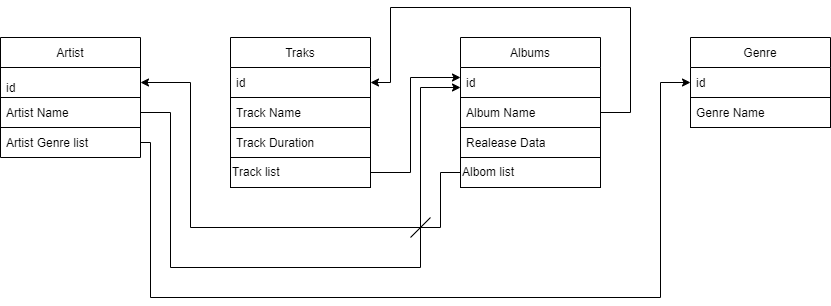
Earlier version of the draw.io export Diagram1.drawio.png (KormazovaVer/task3). Source tidied: cells renumbered, new cells last; positions are measured from the earlier drawing's top-left corner, leaving out a move shared by most shapes.
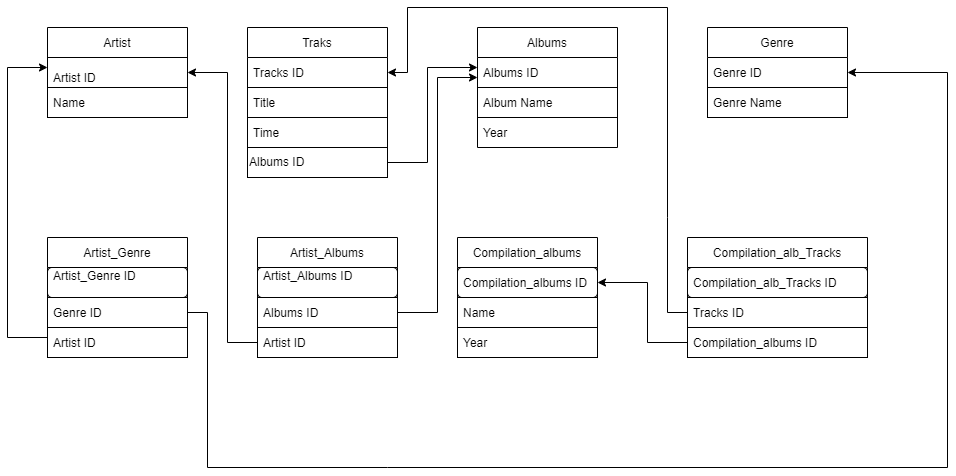
After the commit.

The edit, as a diff of the source:
```diff
@@ -3,33 +3,30 @@
     <mxCell id="0" />
     <mxCell id="1" parent="0" />
     <mxCell id="2" value="Artist" style="swimlane;fontStyle=0;horizontal=1;startSize=30;" parent="1" vertex="1">
-      <mxGeometry y="30" width="140" height="120" as="geometry" />
+      <mxGeometry x="30" y="30" width="140" height="90" as="geometry" />
     </mxCell>
-    <mxCell id="3" value="id" style="text;strokeColor=default;fillColor=none;align=left;verticalAlign=bottom;spacingLeft=4;spacingRight=4;overflow=hidden;points=[[0,0.5],[1,0.5]];portConstraint=eastwest;rounded=0;" parent="2" vertex="1">
+    <mxCell id="3" value="Artist ID" style="text;strokeColor=default;fillColor=none;align=left;verticalAlign=bottom;spacingLeft=4;spacingRight=4;overflow=hidden;points=[[0,0.5],[1,0.5]];portConstraint=eastwest;rounded=0;" parent="2" vertex="1">
       <mxGeometry y="30" width="140" height="30" as="geometry" />
     </mxCell>
-    <mxCell id="4" value="Artist Name" style="text;strokeColor=default;fillColor=none;align=left;verticalAlign=middle;spacingLeft=4;spacingRight=4;overflow=hidden;points=[[0,0.5],[1,0.5]];portConstraint=eastwest;" parent="2" vertex="1">
+    <mxCell id="4" value="Name" style="text;strokeColor=default;fillColor=none;align=left;verticalAlign=middle;spacingLeft=4;spacingRight=4;overflow=hidden;points=[[0,0.5],[1,0.5]];portConstraint=eastwest;" parent="2" vertex="1">
       <mxGeometry y="60" width="140" height="30" as="geometry" />
     </mxCell>
-    <mxCell id="5" value="Artist Genre list" style="text;strokeColor=none;fillColor=none;align=left;verticalAlign=middle;spacingLeft=4;spacingRight=4;overflow=hidden;points=[[0,0.5],[1,0.5]];portConstraint=eastwest;" parent="2" vertex="1">
-      <mxGeometry y="90" width="140" height="30" as="geometry" />
-    </mxCell>
     <mxCell id="6" value="Albums" style="swimlane;fontStyle=0;horizontal=1;startSize=30;" parent="1" vertex="1">
       <mxGeometry x="460" y="30" width="140" height="120" as="geometry" />
     </mxCell>
-    <mxCell id="7" value="id" style="text;strokeColor=none;fillColor=none;align=left;verticalAlign=middle;spacingLeft=4;spacingRight=4;overflow=hidden;" parent="6" vertex="1">
+    <mxCell id="7" value="Albums ID" style="text;strokeColor=none;fillColor=none;align=left;verticalAlign=middle;spacingLeft=4;spacingRight=4;overflow=hidden;" parent="6" vertex="1">
       <mxGeometry y="30" width="140" height="30" as="geometry" />
     </mxCell>
     <mxCell id="8" value="Album Name" style="text;strokeColor=default;fillColor=none;align=left;verticalAlign=middle;spacingLeft=4;spacingRight=4;overflow=hidden;points=[[0,0.5],[1,0.5]];portConstraint=eastwest;" parent="6" vertex="1">
       <mxGeometry y="60" width="140" height="30" as="geometry" />
     </mxCell>
-    <mxCell id="9" value="Realease Data" style="text;strokeColor=none;fillColor=none;align=left;verticalAlign=middle;spacingLeft=4;spacingRight=4;overflow=hidden;" parent="6" vertex="1">
+    <mxCell id="9" value="Year" style="text;strokeColor=none;fillColor=none;align=left;verticalAlign=middle;spacingLeft=4;spacingRight=4;overflow=hidden;" parent="6" vertex="1">
       <mxGeometry y="90" width="140" height="30" as="geometry" />
     </mxCell>
     <mxCell id="10" value="Genre" style="swimlane;fontStyle=0;horizontal=1;startSize=30;" parent="1" vertex="1">
       <mxGeometry x="690" y="30" width="140" height="90" as="geometry" />
     </mxCell>
-    <mxCell id="11" value="id" style="text;strokeColor=none;fillColor=none;align=left;verticalAlign=middle;spacingLeft=4;spacingRight=4;overflow=hidden;points=[[0,0.5],[1,0.5]];portConstraint=eastwest;" parent="10" vertex="1">
+    <mxCell id="11" value="Genre ID" style="text;strokeColor=none;fillColor=none;align=left;verticalAlign=middle;spacingLeft=4;spacingRight=4;overflow=hidden;points=[[0,0.5],[1,0.5]];portConstraint=eastwest;" parent="10" vertex="1">
       <mxGeometry y="30" width="140" height="30" as="geometry" />
     </mxCell>
     <mxCell id="12" value="Genre Name" style="text;strokeColor=default;fillColor=none;align=left;verticalAlign=middle;spacingLeft=4;spacingRight=4;overflow=hidden;" parent="10" vertex="1">
@@ -38,31 +35,18 @@
     <mxCell id="13" value="Traks" style="swimlane;fontStyle=0;horizontal=1;startSize=30;" parent="1" vertex="1">
       <mxGeometry x="230" y="30" width="140" height="120" as="geometry" />
     </mxCell>
-    <mxCell id="14" value="id" style="text;strokeColor=none;fillColor=none;align=left;verticalAlign=middle;spacingLeft=4;spacingRight=4;overflow=hidden;points=[[0,0.5],[1,0.5]];portConstraint=eastwest;" parent="13" vertex="1">
+    <mxCell id="14" value="Tracks ID" style="text;strokeColor=none;fillColor=none;align=left;verticalAlign=middle;spacingLeft=4;spacingRight=4;overflow=hidden;points=[[0,0.5],[1,0.5]];portConstraint=eastwest;" parent="13" vertex="1">
       <mxGeometry y="30" width="140" height="30" as="geometry" />
     </mxCell>
-    <mxCell id="15" value="Track Name" style="text;strokeColor=default;fillColor=none;align=left;verticalAlign=middle;spacingLeft=4;spacingRight=4;overflow=hidden;" parent="13" vertex="1">
+    <mxCell id="15" value="Title" style="text;strokeColor=default;fillColor=none;align=left;verticalAlign=middle;spacingLeft=4;spacingRight=4;overflow=hidden;" parent="13" vertex="1">
       <mxGeometry y="60" width="140" height="30" as="geometry" />
     </mxCell>
-    <mxCell id="16" value="Track Duration" style="text;strokeColor=none;fillColor=none;align=left;verticalAlign=middle;spacingLeft=4;spacingRight=4;overflow=hidden;" parent="13" vertex="1">
+    <mxCell id="16" value="Time" style="text;strokeColor=none;fillColor=none;align=left;verticalAlign=middle;spacingLeft=4;spacingRight=4;overflow=hidden;" parent="13" vertex="1">
       <mxGeometry y="90" width="140" height="30" as="geometry" />
     </mxCell>
-    <mxCell id="17" value="Track list" style="rounded=0;whiteSpace=wrap;html=1;fillColor=none;labelPosition=center;verticalLabelPosition=middle;align=left;verticalAlign=middle;textDirection=ltr;" parent="1" vertex="1">
+    <mxCell id="17" value="Albums ID" style="rounded=0;whiteSpace=wrap;html=1;fillColor=none;labelPosition=center;verticalLabelPosition=middle;align=left;verticalAlign=middle;textDirection=ltr;" parent="1" vertex="1">
       <mxGeometry x="230" y="150" width="140" height="30" as="geometry" />
     </mxCell>
-    <mxCell id="18" value="Albom list" style="rounded=0;whiteSpace=wrap;html=1;fillColor=none;labelPosition=center;verticalLabelPosition=middle;align=left;verticalAlign=middle;" parent="1" vertex="1">
-      <mxGeometry x="460" y="150" width="140" height="30" as="geometry" />
-    </mxCell>
-    <mxCell id="19" style="endArrow=classic;html=1;rounded=0;exitX=1;exitY=0.5;exitDx=0;exitDy=0;entryX=0;entryY=0.5;entryDx=0;entryDy=0;" parent="1" edge="1" source="5" target="11">
-      <mxGeometry relative="1" as="geometry">
-        <Array as="points">
-          <mxPoint x="150" y="135" />
-          <mxPoint x="150" y="290" />
-          <mxPoint x="660" y="290" />
-          <mxPoint x="660" y="75" />
-        </Array>
-      </mxGeometry>
-    </mxCell>
     <mxCell id="20" style="endArrow=classic;html=1;rounded=0;exitX=1;exitY=0.5;exitDx=0;exitDy=0;" parent="1" edge="1" source="17">
       <mxGeometry relative="1" as="geometry">
         <mxPoint x="460" y="70" as="targetPoint" />
@@ -72,45 +56,117 @@
         </Array>
       </mxGeometry>
     </mxCell>
-    <mxCell id="21" style="endArrow=classic;html=1;rounded=0;entryX=1;entryY=0.5;entryDx=0;entryDy=0;exitX=0;exitY=0.5;exitDx=0;exitDy=0;" parent="1" edge="1" source="18" target="3">
-      <mxGeometry relative="1" as="geometry">
-        <Array as="points">
-          <mxPoint x="440" y="165" />
-          <mxPoint x="440" y="220" />
-          <mxPoint x="190" y="220" />
-          <mxPoint x="190" y="75" />
-        </Array>
-      </mxGeometry>
-    </mxCell>
-    <mxCell id="22" style="edgeStyle=none;rounded=0;orthogonalLoop=1;jettySize=auto;html=1;entryX=0;entryY=0.5;entryDx=0;entryDy=0;" parent="1" edge="1" source="18" target="18">
-      <mxGeometry relative="1" as="geometry" />
+    <mxCell id="22" style="edgeStyle=none;rounded=0;orthogonalLoop=1;jettySize=auto;html=1;entryX=0;entryY=0.5;entryDx=0;entryDy=0;" parent="1" edge="1">
+      <mxGeometry relative="1" as="geometry">
+        <mxPoint x="460" y="165" as="sourcePoint" />
+        <mxPoint x="460" y="165" as="targetPoint" />
+      </mxGeometry>
     </mxCell>
-    <mxCell id="23" style="endArrow=classic;html=1;rounded=0;exitX=1;exitY=0.5;exitDx=0;exitDy=0;entryX=1;entryY=0.5;entryDx=0;entryDy=0;" parent="1" edge="1" source="8" target="14">
-      <mxGeometry relative="1" as="geometry">
-        <Array as="points">
-          <mxPoint x="630" y="105" />
-          <mxPoint x="630" />
-          <mxPoint x="390" />
-          <mxPoint x="390" y="75" />
-        </Array>
-      </mxGeometry>
-    </mxCell>
-    <mxCell id="24" style="endArrow=classic;html=1;rounded=0;exitX=1;exitY=0.5;exitDx=0;exitDy=0;" parent="1" edge="1" source="4">
-      <mxGeometry relative="1" as="geometry">
-        <mxPoint x="460" y="80" as="targetPoint" />
-        <Array as="points">
-          <mxPoint x="170" y="105" />
-          <mxPoint x="170" y="260" />
-          <mxPoint x="420" y="260" />
-          <mxPoint x="420" y="80" />
-        </Array>
-      </mxGeometry>
-    </mxCell>
-    <mxCell id="25" style="endArrow=none;html=1;rounded=0;" parent="1" edge="1">
-      <mxGeometry relative="1" as="geometry">
-        <mxPoint x="410" y="230" as="sourcePoint" />
-        <mxPoint x="430" y="210" as="targetPoint" />
-      </mxGeometry>
-    </mxCell>
+    <mxCell id="26" value="Artist_Genre" style="swimlane;fontStyle=0;horizontal=1;startSize=30;" parent="1" vertex="1">
+      <mxGeometry x="30" y="240" width="140" height="120" as="geometry" />
+    </mxCell>
+    <mxCell id="27" value="Artist_Genre ID&#10;" style="text;strokeColor=default;fillColor=none;align=left;verticalAlign=middle;spacingLeft=4;spacingRight=4;overflow=hidden;rounded=1;" parent="26" vertex="1">
+      <mxGeometry y="30" width="140" height="30" as="geometry" />
+    </mxCell>
+    <mxCell id="28" value="Genre ID" style="text;strokeColor=default;fillColor=none;align=left;verticalAlign=middle;spacingLeft=4;spacingRight=4;overflow=hidden;points=[[0,0.5],[1,0.5]];portConstraint=eastwest;" parent="26" vertex="1">
+      <mxGeometry y="60" width="140" height="30" as="geometry" />
+    </mxCell>
+    <mxCell id="29" value="Artist ID" style="text;strokeColor=default;fillColor=none;align=left;verticalAlign=middle;spacingLeft=4;spacingRight=4;overflow=hidden;" parent="26" vertex="1">
+      <mxGeometry y="90" width="140" height="30" as="geometry" />
+    </mxCell>
+    <mxCell id="30" value="Artist_Albums" style="swimlane;fontStyle=0;horizontal=1;startSize=30;" parent="1" vertex="1">
+      <mxGeometry x="240" y="240" width="140" height="120" as="geometry" />
+    </mxCell>
+    <mxCell id="31" value="Artist_Albums ID&#10;" style="text;strokeColor=default;fillColor=none;align=left;verticalAlign=middle;spacingLeft=4;spacingRight=4;overflow=hidden;rounded=1;" parent="30" vertex="1">
+      <mxGeometry y="30" width="140" height="30" as="geometry" />
+    </mxCell>
+    <mxCell id="32" value="Albums ID" style="text;strokeColor=default;fillColor=none;align=left;verticalAlign=middle;spacingLeft=4;spacingRight=4;overflow=hidden;points=[[0,0.5],[1,0.5]];portConstraint=eastwest;" parent="30" vertex="1">
+      <mxGeometry y="60" width="140" height="30" as="geometry" />
+    </mxCell>
+    <mxCell id="33" value="Artist ID" style="text;strokeColor=default;fillColor=none;align=left;verticalAlign=middle;spacingLeft=4;spacingRight=4;overflow=hidden;points=[[0,0.5],[1,0.5]];portConstraint=eastwest;" parent="30" vertex="1">
+      <mxGeometry y="90" width="140" height="30" as="geometry" />
+    </mxCell>
+    <mxCell id="34" value="Compilation_albums" style="swimlane;fontStyle=0;horizontal=1;startSize=30;" parent="1" vertex="1">
+      <mxGeometry x="440" y="240" width="140" height="120" as="geometry" />
+    </mxCell>
+    <mxCell id="35" value="Compilation_albums ID" style="text;strokeColor=default;fillColor=none;align=left;verticalAlign=middle;spacingLeft=4;spacingRight=4;overflow=hidden;points=[[0,0.5],[1,0.5]];portConstraint=eastwest;rounded=1;" parent="34" vertex="1">
+      <mxGeometry y="30" width="140" height="30" as="geometry" />
+    </mxCell>
+    <mxCell id="36" value="Name" style="text;strokeColor=default;fillColor=none;align=left;verticalAlign=middle;spacingLeft=4;spacingRight=4;overflow=hidden;" parent="34" vertex="1">
+      <mxGeometry y="60" width="140" height="30" as="geometry" />
+    </mxCell>
+    <mxCell id="37" value="Year" style="text;strokeColor=default;fillColor=none;align=left;verticalAlign=middle;spacingLeft=4;spacingRight=4;overflow=hidden;" parent="34" vertex="1">
+      <mxGeometry y="90" width="140" height="30" as="geometry" />
+    </mxCell>
+    <mxCell id="38" value="Compilation_alb_Tracks" style="swimlane;fontStyle=0;horizontal=1;startSize=30;" parent="1" vertex="1">
+      <mxGeometry x="670" y="240" width="180" height="120" as="geometry" />
+    </mxCell>
+    <mxCell id="39" value="Compilation_alb_Tracks ID" style="text;strokeColor=default;fillColor=none;align=left;verticalAlign=middle;spacingLeft=4;spacingRight=4;overflow=hidden;rounded=1;" parent="38" vertex="1">
+      <mxGeometry y="30" width="180" height="30" as="geometry" />
+    </mxCell>
+    <mxCell id="40" value="Tracks ID" style="text;strokeColor=default;fillColor=none;align=left;verticalAlign=middle;spacingLeft=4;spacingRight=4;overflow=hidden;points=[[0,0.5],[1,0.5]];portConstraint=eastwest;" parent="38" vertex="1">
+      <mxGeometry y="60" width="180" height="30" as="geometry" />
+    </mxCell>
+    <mxCell id="41" value="Compilation_albums ID" style="text;strokeColor=default;fillColor=none;align=left;verticalAlign=middle;spacingLeft=4;spacingRight=4;overflow=hidden;points=[[0,0.5],[1,0.5]];portConstraint=eastwest;" parent="38" vertex="1">
+      <mxGeometry y="90" width="180" height="30" as="geometry" />
+    </mxCell>
+    <mxCell id="42" style="endArrow=classic;html=1;rounded=0;" parent="1" edge="1">
+      <mxGeometry relative="1" as="geometry">
+        <mxPoint x="30" y="340" as="sourcePoint" />
+        <mxPoint x="30" y="70" as="targetPoint" />
+        <Array as="points">
+          <mxPoint x="-10" y="340" />
+          <mxPoint x="-10" y="252.5" />
+          <mxPoint x="-10" y="70" />
+        </Array>
+      </mxGeometry>
+    </mxCell>
+    <mxCell id="43" style="endArrow=classic;html=1;rounded=0;exitX=1;exitY=0.5;exitDx=0;exitDy=0;entryX=1;entryY=0.5;entryDx=0;entryDy=0;" parent="1" edge="1" source="28" target="11">
+      <mxGeometry relative="1" as="geometry">
+        <Array as="points">
+          <mxPoint x="190" y="315" />
+          <mxPoint x="190" y="470" />
+          <mxPoint x="370" y="470" />
+          <mxPoint x="930" y="470" />
+          <mxPoint x="930" y="75" />
+        </Array>
+      </mxGeometry>
+    </mxCell>
+    <mxCell id="44" style="endArrow=classic;html=1;rounded=0;exitX=0;exitY=0.5;exitDx=0;exitDy=0;entryX=1;entryY=0.5;entryDx=0;entryDy=0;" parent="1" edge="1" source="41" target="35">
+      <mxGeometry relative="1" as="geometry">
+        <Array as="points">
+          <mxPoint x="630" y="345" />
+          <mxPoint x="630" y="285" />
+        </Array>
+      </mxGeometry>
+    </mxCell>
+    <mxCell id="45" style="endArrow=classic;html=1;rounded=0;exitX=1;exitY=0.5;exitDx=0;exitDy=0;" parent="1" edge="1" source="32">
+      <mxGeometry relative="1" as="geometry">
+        <mxPoint x="460" y="80" as="targetPoint" />
+        <Array as="points">
+          <mxPoint x="420" y="315" />
+          <mxPoint x="420" y="80" />
+        </Array>
+      </mxGeometry>
+    </mxCell>
+    <mxCell id="46" style="endArrow=classic;html=1;rounded=0;exitX=0;exitY=0.5;exitDx=0;exitDy=0;exitPerimeter=0;entryX=1;entryY=0.5;entryDx=0;entryDy=0;" parent="1" edge="1" source="33" target="3">
+      <mxGeometry relative="1" as="geometry">
+        <Array as="points">
+          <mxPoint x="210" y="345" />
+          <mxPoint x="210" y="75" />
+        </Array>
+      </mxGeometry>
+    </mxCell>
+    <mxCell id="47" style="endArrow=classic;html=1;rounded=0;exitX=0;exitY=0.5;exitDx=0;exitDy=0;entryX=1;entryY=0.5;entryDx=0;entryDy=0;" parent="1" edge="1" source="40" target="14">
+      <mxGeometry relative="1" as="geometry">
+        <Array as="points">
+          <mxPoint x="650" y="315" />
+          <mxPoint x="650" y="220" />
+          <mxPoint x="650" y="10" />
+          <mxPoint x="390" y="10" />
+          <mxPoint x="390" y="75" />
+        </Array>
+      </mxGeometry>
+    </mxCell>
   </root>
 </mxGraphModel>
```
